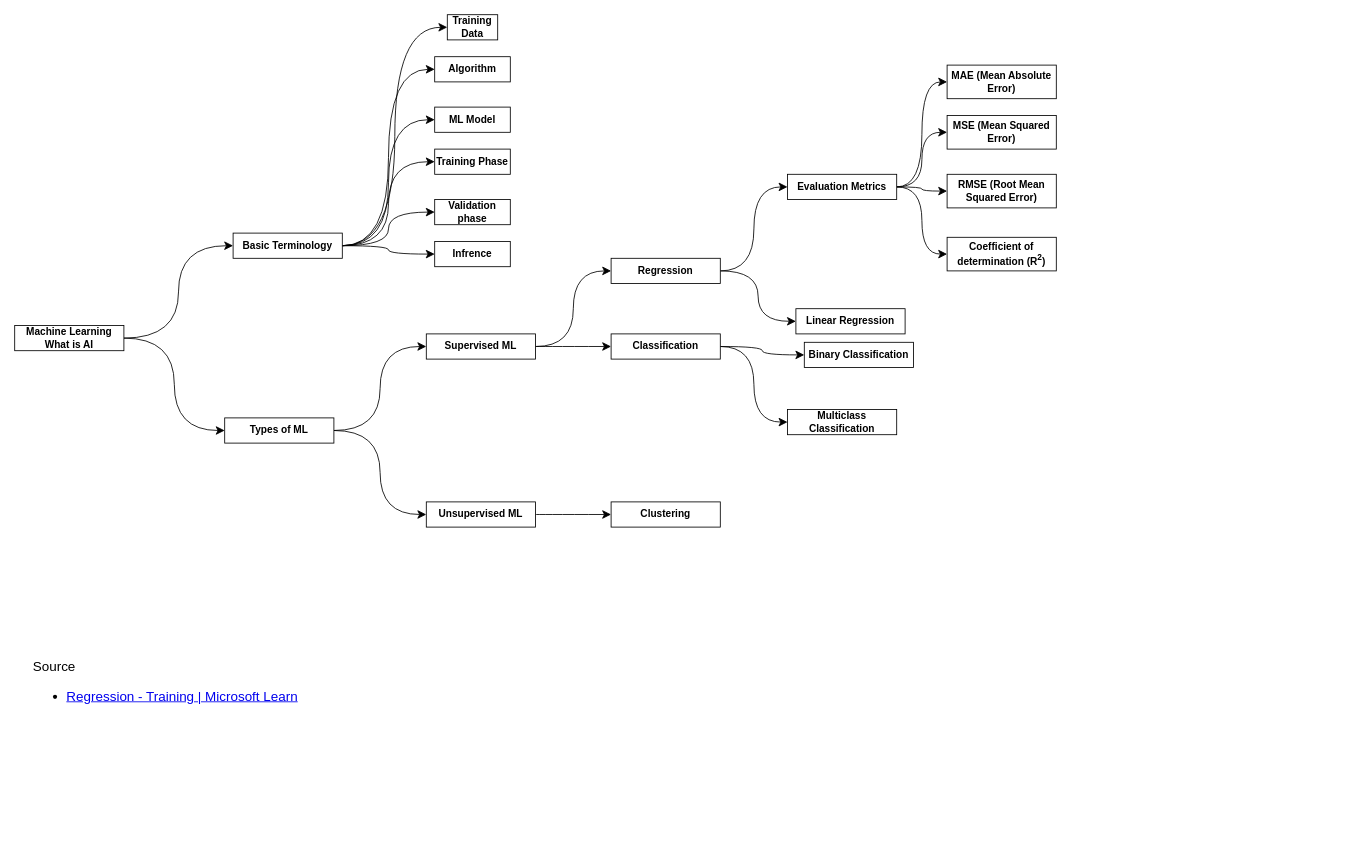
The draw.io diagram page "ML" (2 of 3) of AI.drawio in Gaur4vGaur/probable-octo, before the edit. Source tidied: cells renumbered, new cells numbered last; positions are measured from the earlier drawing's top-left corner, leaving out a move shared by most shapes. Both pictures are drawn from the tidied source at 84%, with x=0, y=0 at pixel (14, 14).
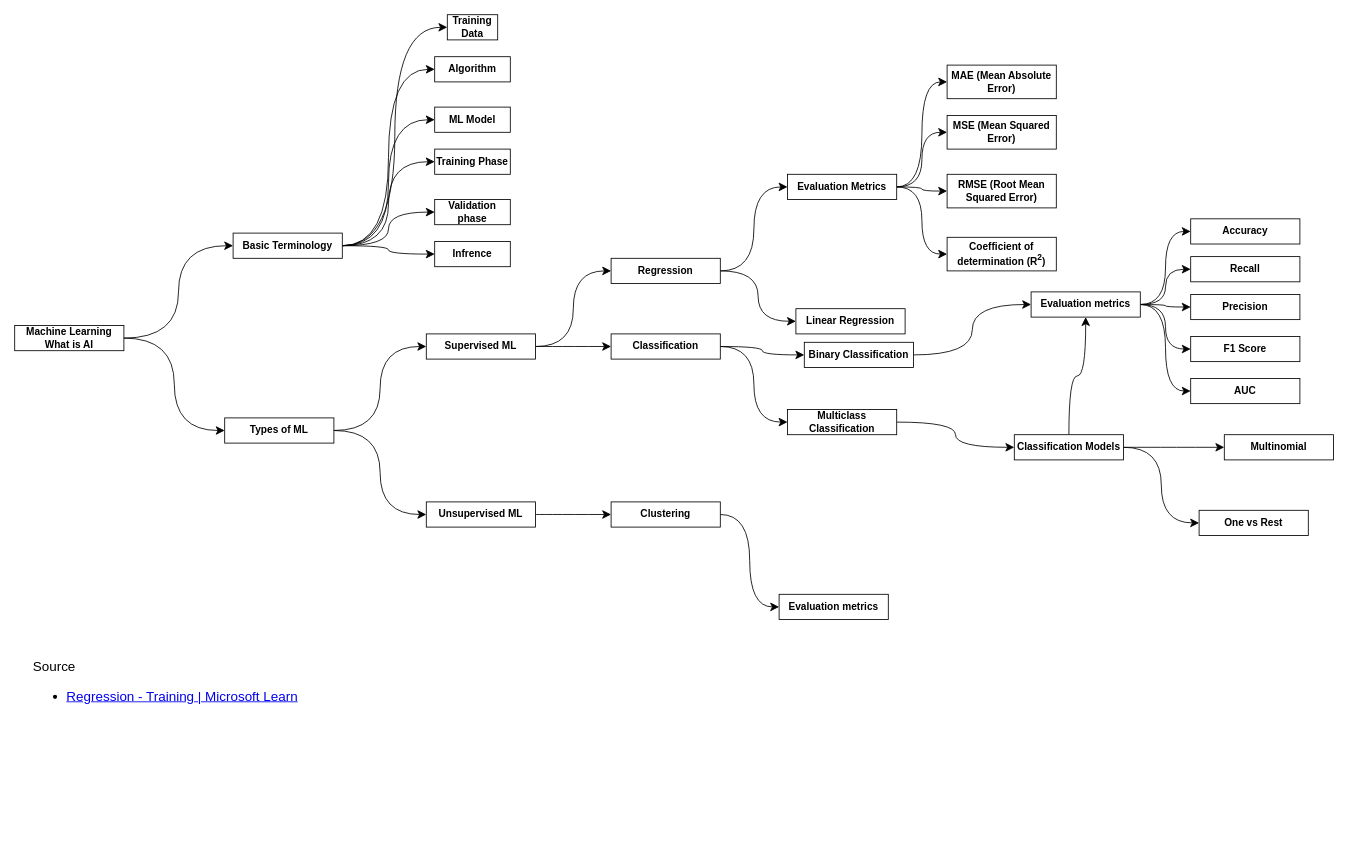
After the change.

Unchanged cells that the change refers to:
```xml
<mxCell id="32" value="&lt;b&gt;Binary Classification&lt;/b&gt;" style="rounded=0;whiteSpace=wrap;html=1;" parent="1" vertex="1">
  <mxGeometry x="940" y="390" width="130" height="30" as="geometry" />
</mxCell>
<mxCell id="33" value="&lt;b&gt;Multiclass Classification&lt;/b&gt;" style="rounded=0;whiteSpace=wrap;html=1;" parent="1" vertex="1">
  <mxGeometry x="920" y="470" width="130" height="30" as="geometry" />
</mxCell>
<mxCell id="34" value="&lt;b&gt;Clustering&lt;/b&gt;" style="rounded=0;whiteSpace=wrap;html=1;" parent="1" vertex="1">
  <mxGeometry x="710" y="580" width="130" height="30" as="geometry" />
</mxCell>
```

The edit, as a diff of the source:
```diff
@@
+    <mxCell id="46" style="edgeStyle=orthogonalEdgeStyle;rounded=0;jettySize=auto;html=1;fontSize=12;startSize=8;endSize=8;curved=1;entryX=0;entryY=0.5;entryDx=0;entryDy=0;" parent="1" edge="1" source="32" target="54">
+      <mxGeometry relative="1" as="geometry" />
+    </mxCell>
@@
+    <mxCell id="47" style="edgeStyle=orthogonalEdgeStyle;curved=1;rounded=0;jettySize=auto;html=1;strokeColor=default;align=center;verticalAlign=middle;fontFamily=Helvetica;fontSize=12;fontColor=default;labelBackgroundColor=default;startSize=8;endArrow=classic;endSize=8;" parent="1" edge="1" source="33" target="63">
+      <mxGeometry relative="1" as="geometry" />
+    </mxCell>
@@
+    <mxCell id="48" style="edgeStyle=orthogonalEdgeStyle;curved=1;rounded=0;jettySize=auto;html=1;strokeColor=default;align=center;verticalAlign=middle;fontFamily=Helvetica;fontSize=12;fontColor=default;labelBackgroundColor=default;startSize=8;endArrow=classic;endSize=8;entryX=0;entryY=0.5;entryDx=0;entryDy=0;" parent="1" edge="1" source="34" target="66">
+      <mxGeometry relative="1" as="geometry" />
+    </mxCell>
@@
+    <mxCell id="49" style="edgeStyle=orthogonalEdgeStyle;curved=1;rounded=0;jettySize=auto;html=1;strokeColor=default;align=center;verticalAlign=middle;fontFamily=Helvetica;fontSize=12;fontColor=default;labelBackgroundColor=default;startSize=8;endArrow=classic;endSize=8;entryX=0;entryY=0.5;entryDx=0;entryDy=0;" parent="1" edge="1" source="54" target="55">
+      <mxGeometry relative="1" as="geometry" />
+    </mxCell>
+    <mxCell id="50" style="edgeStyle=orthogonalEdgeStyle;curved=1;rounded=0;jettySize=auto;html=1;entryX=0;entryY=0.5;entryDx=0;entryDy=0;strokeColor=default;align=center;verticalAlign=middle;fontFamily=Helvetica;fontSize=12;fontColor=default;labelBackgroundColor=default;startSize=8;endArrow=classic;endSize=8;" parent="1" edge="1" source="54" target="56">
+      <mxGeometry relative="1" as="geometry" />
+    </mxCell>
+    <mxCell id="51" style="edgeStyle=orthogonalEdgeStyle;curved=1;rounded=0;jettySize=auto;html=1;entryX=0;entryY=0.5;entryDx=0;entryDy=0;strokeColor=default;align=center;verticalAlign=middle;fontFamily=Helvetica;fontSize=12;fontColor=default;labelBackgroundColor=default;startSize=8;endArrow=classic;endSize=8;" parent="1" edge="1" source="54" target="57">
+      <mxGeometry relative="1" as="geometry" />
+    </mxCell>
+    <mxCell id="52" style="edgeStyle=orthogonalEdgeStyle;curved=1;rounded=0;jettySize=auto;html=1;entryX=0;entryY=0.5;entryDx=0;entryDy=0;strokeColor=default;align=center;verticalAlign=middle;fontFamily=Helvetica;fontSize=12;fontColor=default;labelBackgroundColor=default;startSize=8;endArrow=classic;endSize=8;" parent="1" edge="1" source="54" target="58">
+      <mxGeometry relative="1" as="geometry" />
+    </mxCell>
+    <mxCell id="53" style="edgeStyle=orthogonalEdgeStyle;curved=1;rounded=0;jettySize=auto;html=1;entryX=0;entryY=0.5;entryDx=0;entryDy=0;strokeColor=default;align=center;verticalAlign=middle;fontFamily=Helvetica;fontSize=12;fontColor=default;labelBackgroundColor=default;startSize=8;endArrow=classic;endSize=8;" parent="1" edge="1" source="54" target="59">
+      <mxGeometry relative="1" as="geometry" />
+    </mxCell>
+    <mxCell id="54" value="&lt;b&gt;Evaluation metrics&lt;/b&gt;" style="rounded=0;whiteSpace=wrap;html=1;" parent="1" vertex="1">
+      <mxGeometry x="1210" y="330" width="130" height="30" as="geometry" />
+    </mxCell>
+    <mxCell id="55" value="&lt;b&gt;Accuracy&lt;/b&gt;" style="rounded=0;whiteSpace=wrap;html=1;" parent="1" vertex="1">
+      <mxGeometry x="1400" y="243" width="130" height="30" as="geometry" />
+    </mxCell>
+    <mxCell id="56" value="&lt;b&gt;Recall&lt;/b&gt;" style="rounded=0;whiteSpace=wrap;html=1;" parent="1" vertex="1">
+      <mxGeometry x="1400" y="288" width="130" height="30" as="geometry" />
+    </mxCell>
+    <mxCell id="57" value="&lt;b&gt;Precision&lt;/b&gt;" style="rounded=0;whiteSpace=wrap;html=1;" parent="1" vertex="1">
+      <mxGeometry x="1400" y="333" width="130" height="30" as="geometry" />
+    </mxCell>
+    <mxCell id="58" value="&lt;b&gt;F1 Score&lt;/b&gt;" style="rounded=0;whiteSpace=wrap;html=1;" parent="1" vertex="1">
+      <mxGeometry x="1400" y="383" width="130" height="30" as="geometry" />
+    </mxCell>
+    <mxCell id="59" value="&lt;b&gt;AUC&lt;/b&gt;" style="rounded=0;whiteSpace=wrap;html=1;" parent="1" vertex="1">
+      <mxGeometry x="1400" y="433" width="130" height="30" as="geometry" />
+    </mxCell>
+    <mxCell id="60" style="edgeStyle=orthogonalEdgeStyle;curved=1;rounded=0;jettySize=auto;html=1;strokeColor=default;align=center;verticalAlign=middle;fontFamily=Helvetica;fontSize=12;fontColor=default;labelBackgroundColor=default;startSize=8;endArrow=classic;endSize=8;entryX=0;entryY=0.5;entryDx=0;entryDy=0;" parent="1" edge="1" source="63" target="64">
+      <mxGeometry relative="1" as="geometry" />
+    </mxCell>
+    <mxCell id="61" style="edgeStyle=orthogonalEdgeStyle;curved=1;rounded=0;jettySize=auto;html=1;strokeColor=default;align=center;verticalAlign=middle;fontFamily=Helvetica;fontSize=12;fontColor=default;labelBackgroundColor=default;startSize=8;endArrow=classic;endSize=8;" parent="1" edge="1" source="63" target="65">
+      <mxGeometry relative="1" as="geometry" />
+    </mxCell>
+    <mxCell id="62" style="edgeStyle=orthogonalEdgeStyle;curved=1;rounded=0;jettySize=auto;html=1;strokeColor=default;align=center;verticalAlign=middle;fontFamily=Helvetica;fontSize=12;fontColor=default;labelBackgroundColor=default;startSize=8;endArrow=classic;endSize=8;" parent="1" edge="1" source="63" target="54">
+      <mxGeometry relative="1" as="geometry" />
+    </mxCell>
+    <mxCell id="63" value="&lt;b&gt;Classification Models&lt;/b&gt;" style="rounded=0;whiteSpace=wrap;html=1;" parent="1" vertex="1">
+      <mxGeometry x="1190" y="500" width="130" height="30" as="geometry" />
+    </mxCell>
+    <mxCell id="64" value="&lt;b&gt;One vs Rest&lt;/b&gt;" style="rounded=0;whiteSpace=wrap;html=1;" parent="1" vertex="1">
+      <mxGeometry x="1410" y="590" width="130" height="30" as="geometry" />
+    </mxCell>
+    <mxCell id="65" value="&lt;b&gt;Multinomial&lt;/b&gt;" style="rounded=0;whiteSpace=wrap;html=1;" parent="1" vertex="1">
+      <mxGeometry x="1440" y="500" width="130" height="30" as="geometry" />
+    </mxCell>
+    <mxCell id="66" value="&lt;b&gt;Evaluation metrics&lt;/b&gt;" style="rounded=0;whiteSpace=wrap;html=1;" parent="1" vertex="1">
+      <mxGeometry x="910" y="690" width="130" height="30" as="geometry" />
+    </mxCell>
```
